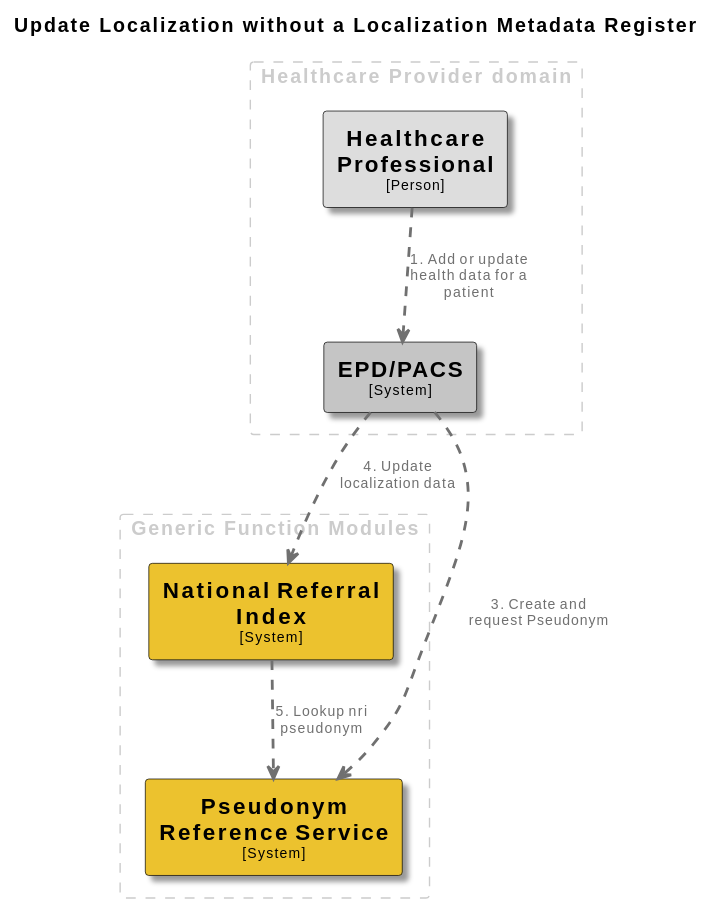
Above: docs/images/structurizr-UpdateLocalization.svg in minvws/gfmodules-coordination (PlantUML), before the change.
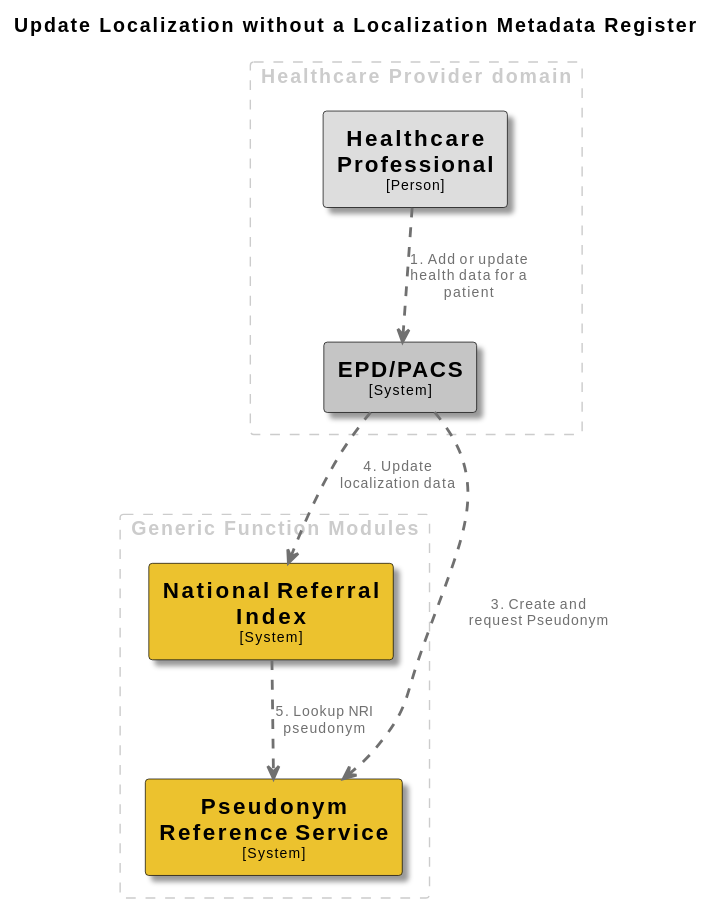
The same diagram one commit later.

Change to the diagram source:
```diff
@@ -59,5 +59,5 @@
 HealthcareProfessional .[#707070,thickness=2].> EPDPACS : "<color:#707070>1. Add or update health data for a patient"
 EPDPACS .[#707070,thickness=2].> PseudonymReferenceService : "<color:#707070>3. Create and request Pseudonym"
 EPDPACS .[#707070,thickness=2].> NationalReferralIndex : "<color:#707070>4. Update localization data"
-NationalReferralIndex .[#707070,thickness=2].> PseudonymReferenceService : "<color:#707070>5. Lookup nri pseudonym"
+NationalReferralIndex .[#707070,thickness=2].> PseudonymReferenceService : "<color:#707070>5. Lookup NRI pseudonym"
 @enduml
```
